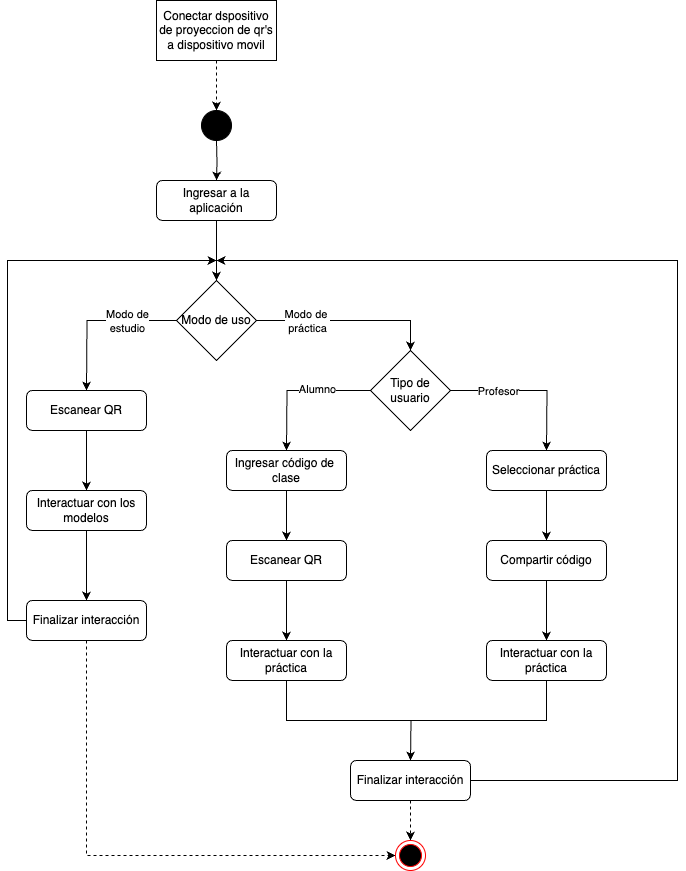
EmmanuelME25/Trabajo-Terminal keeps this draw.io diagram as Trabajo-Terminal/Recursos/Diagramas diseño/Diagrama de actividad.drawio.png. Above is the earlier version. Source tidied: cells renumbered, new cells last; positions are measured from the earlier drawing's top-left corner, leaving out a move shared by most shapes.
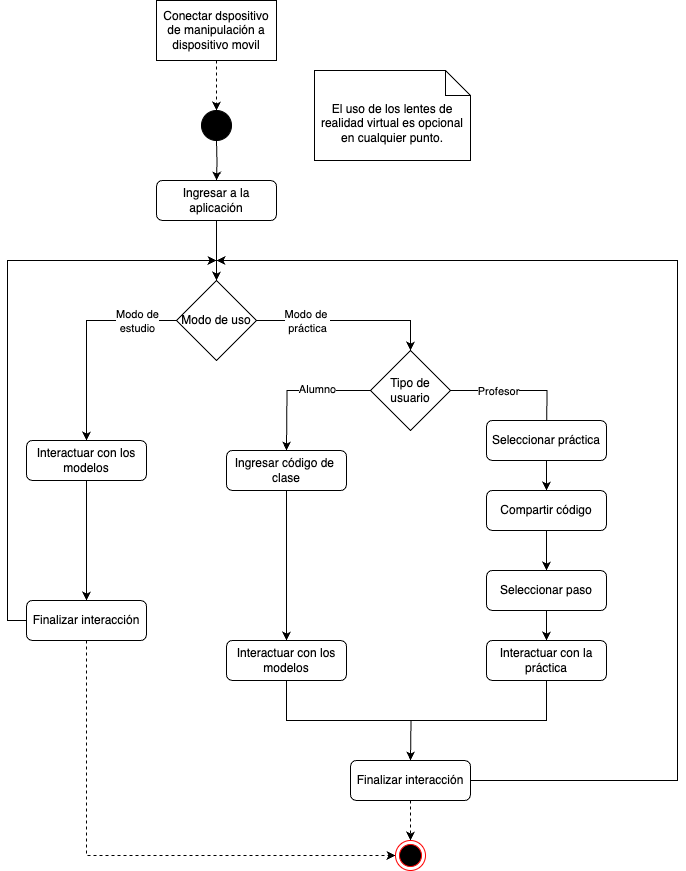
After the change.

Change to the diagram source:
```diff
@@ -8,14 +8,12 @@
     <mxCell id="3" value="Ingresar a la aplicación" style="rounded=1;whiteSpace=wrap;html=1;fontSize=12;glass=0;strokeWidth=1;shadow=0;" parent="1" vertex="1">
       <mxGeometry x="149" y="180" width="120" height="40" as="geometry" />
     </mxCell>
-    <mxCell id="4" style="edgeStyle=orthogonalEdgeStyle;rounded=0;jettySize=auto;html=1;entryX=0.5;entryY=0;entryDx=0;entryDy=0;" parent="1" edge="1" source="8">
-      <mxGeometry relative="1" as="geometry">
-        <mxPoint x="79" y="390" as="targetPoint" />
-      </mxGeometry>
+    <mxCell id="4" style="edgeStyle=orthogonalEdgeStyle;rounded=0;jettySize=auto;html=1;entryX=0.5;entryY=0;entryDx=0;entryDy=0;" parent="1" edge="1" source="8" target="28">
+      <mxGeometry relative="1" as="geometry" />
     </mxCell>
     <mxCell id="5" value="Modo de&lt;br&gt;estudio" style="edgeLabel;html=1;align=center;verticalAlign=middle;" parent="4" vertex="1">
       <mxGeometry x="-0.11" y="1" relative="1" as="geometry">
-        <mxPoint x="21" y="-1" as="offset" />
+        <mxPoint x="49" y="-4" as="offset" />
       </mxGeometry>
     </mxCell>
     <mxCell id="6" style="edgeStyle=orthogonalEdgeStyle;rounded=0;jettySize=auto;html=1;exitX=1;exitY=0.5;exitDx=0;exitDy=0;entryX=0.5;entryY=0;entryDx=0;entryDy=0;" parent="1" edge="1" source="8" target="12">
@@ -43,16 +41,6 @@
     <mxCell id="12" value="Tipo de usuario" style="rhombus;whiteSpace=wrap;html=1;" parent="1" vertex="1">
       <mxGeometry x="363" y="350" width="80" height="80" as="geometry" />
     </mxCell>
-    <mxCell id="13" style="edgeStyle=orthogonalEdgeStyle;rounded=0;jettySize=auto;html=1;exitX=0.5;exitY=1;exitDx=0;exitDy=0;entryX=0.5;entryY=0;entryDx=0;entryDy=0;" parent="1" edge="1" source="32">
-      <mxGeometry relative="1" as="geometry">
-        <mxPoint x="279" y="640" as="targetPoint" />
-      </mxGeometry>
-    </mxCell>
-    <mxCell id="14" style="edgeStyle=orthogonalEdgeStyle;rounded=0;jettySize=auto;html=1;entryX=0.5;entryY=0;entryDx=0;entryDy=0;exitX=0.5;exitY=1;exitDx=0;exitDy=0;" parent="1" edge="1" source="34">
-      <mxGeometry relative="1" as="geometry">
-        <mxPoint x="539" y="540" as="targetPoint" />
-      </mxGeometry>
-    </mxCell>
     <mxCell id="15" style="edgeStyle=orthogonalEdgeStyle;rounded=0;jettySize=auto;html=1;exitX=1;exitY=0.5;exitDx=0;exitDy=0;entryX=0.5;entryY=0;entryDx=0;entryDy=0;" parent="1" edge="1" source="12">
       <mxGeometry relative="1" as="geometry">
         <mxPoint x="539" y="450" as="targetPoint" />
@@ -61,13 +49,8 @@
     <mxCell id="16" value="Profesor" style="edgeLabel;html=1;align=center;verticalAlign=middle;" parent="15" vertex="1">
       <mxGeometry x="-0.4" relative="1" as="geometry" />
     </mxCell>
-    <mxCell id="17" style="edgeStyle=orthogonalEdgeStyle;rounded=0;jettySize=auto;html=1;exitX=0.5;exitY=1;exitDx=0;exitDy=0;entryX=0.5;entryY=0;entryDx=0;entryDy=0;" parent="1" edge="1" source="27">
-      <mxGeometry relative="1" as="geometry" />
-    </mxCell>
-    <mxCell id="18" style="edgeStyle=orthogonalEdgeStyle;rounded=0;jettySize=auto;html=1;exitX=0.5;exitY=1;exitDx=0;exitDy=0;entryX=0.5;entryY=0;entryDx=0;entryDy=0;" parent="1" edge="1" source="31">
-      <mxGeometry relative="1" as="geometry">
-        <mxPoint x="279" y="540" as="targetPoint" />
-      </mxGeometry>
+    <mxCell id="18" style="edgeStyle=orthogonalEdgeStyle;rounded=0;jettySize=auto;html=1;exitX=0.5;exitY=1;exitDx=0;exitDy=0;entryX=0.5;entryY=0;entryDx=0;entryDy=0;" parent="1" edge="1" source="31" target="33">
+      <mxGeometry relative="1" as="geometry" />
     </mxCell>
     <mxCell id="19" style="edgeStyle=orthogonalEdgeStyle;rounded=0;jettySize=auto;html=1;entryX=0.5;entryY=0;entryDx=0;entryDy=0;exitX=0.5;exitY=1;exitDx=0;exitDy=0;" parent="1" edge="1" source="33">
       <mxGeometry relative="1" as="geometry">
@@ -84,14 +67,9 @@
         <mxPoint x="209" y="110" as="targetPoint" />
       </mxGeometry>
     </mxCell>
-    <mxCell id="22" value="Conectar dspositivo de proyeccion de qr's a dispositivo movil" style="rounded=0;whiteSpace=wrap;html=1;" parent="1" vertex="1">
+    <mxCell id="22" value="Conectar dspositivo de manipulación a dispositivo movil" style="rounded=0;whiteSpace=wrap;html=1;" parent="1" vertex="1">
       <mxGeometry x="149" width="120" height="60" as="geometry" />
     </mxCell>
-    <mxCell id="23" style="edgeStyle=orthogonalEdgeStyle;rounded=0;jettySize=auto;html=1;entryX=0.5;entryY=0;entryDx=0;entryDy=0;exitX=0.5;exitY=1;exitDx=0;exitDy=0;" parent="1" edge="1" source="35">
-      <mxGeometry relative="1" as="geometry">
-        <mxPoint x="539" y="640" as="targetPoint" />
-      </mxGeometry>
-    </mxCell>
     <mxCell id="24" style="edgeStyle=orthogonalEdgeStyle;rounded=0;jettySize=auto;html=1;exitX=1;exitY=0.5;exitDx=0;exitDy=0;" parent="1" edge="1" source="38">
       <mxGeometry relative="1" as="geometry">
         <mxPoint x="209" y="260" as="targetPoint" />
@@ -111,14 +89,8 @@
         </Array>
       </mxGeometry>
     </mxCell>
-    <mxCell id="26" style="edgeStyle=orthogonalEdgeStyle;rounded=0;jettySize=auto;html=1;entryX=0.5;entryY=0;entryDx=0;entryDy=0;" parent="1" edge="1" source="27" target="28">
-      <mxGeometry relative="1" as="geometry" />
-    </mxCell>
-    <mxCell id="27" value="Escanear QR" style="rounded=1;whiteSpace=wrap;html=1;fontSize=12;glass=0;strokeWidth=1;shadow=0;" parent="1" vertex="1">
-      <mxGeometry x="19" y="390" width="120" height="40" as="geometry" />
-    </mxCell>
     <mxCell id="28" value="Interactuar con los modelos" style="rounded=1;whiteSpace=wrap;html=1;fontSize=12;glass=0;strokeWidth=1;shadow=0;" parent="1" vertex="1">
-      <mxGeometry x="19" y="490" width="120" height="40" as="geometry" />
+      <mxGeometry x="19" y="440" width="120" height="40" as="geometry" />
     </mxCell>
     <mxCell id="29" style="edgeStyle=orthogonalEdgeStyle;rounded=0;jettySize=auto;html=1;entryX=0;entryY=0.5;entryDx=0;entryDy=0;dashed=1;" parent="1" edge="1" source="30" target="39">
       <mxGeometry relative="1" as="geometry">
@@ -133,18 +105,12 @@
     <mxCell id="31" value="Ingresar código de&amp;nbsp;&lt;br&gt;clase" style="rounded=1;whiteSpace=wrap;html=1;fontSize=12;glass=0;strokeWidth=1;shadow=0;" parent="1" vertex="1">
       <mxGeometry x="219" y="450" width="120" height="40" as="geometry" />
     </mxCell>
-    <mxCell id="32" value="Escanear QR" style="rounded=1;whiteSpace=wrap;html=1;fontSize=12;glass=0;strokeWidth=1;shadow=0;" parent="1" vertex="1">
-      <mxGeometry x="219" y="540" width="120" height="40" as="geometry" />
-    </mxCell>
-    <mxCell id="33" value="Interactuar con la práctica" style="rounded=1;whiteSpace=wrap;html=1;fontSize=12;glass=0;strokeWidth=1;shadow=0;" parent="1" vertex="1">
+    <mxCell id="33" value="Interactuar con los modelos" style="rounded=1;whiteSpace=wrap;html=1;fontSize=12;glass=0;strokeWidth=1;shadow=0;" parent="1" vertex="1">
       <mxGeometry x="219" y="640" width="120" height="40" as="geometry" />
     </mxCell>
     <mxCell id="34" value="Seleccionar práctica" style="rounded=1;whiteSpace=wrap;html=1;fontSize=12;glass=0;strokeWidth=1;shadow=0;" parent="1" vertex="1">
-      <mxGeometry x="479" y="450" width="120" height="40" as="geometry" />
+      <mxGeometry x="479" y="420" width="120" height="40" as="geometry" />
     </mxCell>
-    <mxCell id="35" value="Compartir código" style="rounded=1;whiteSpace=wrap;html=1;fontSize=12;glass=0;strokeWidth=1;shadow=0;" parent="1" vertex="1">
-      <mxGeometry x="479" y="540" width="120" height="40" as="geometry" />
-    </mxCell>
     <mxCell id="36" value="Interactuar con la práctica" style="rounded=1;whiteSpace=wrap;html=1;fontSize=12;glass=0;strokeWidth=1;shadow=0;" parent="1" vertex="1">
       <mxGeometry x="479" y="640" width="120" height="40" as="geometry" />
     </mxCell>
@@ -165,5 +131,23 @@
     <mxCell id="41" style="ellipse;fillColor=strokeColor;html=1;" parent="1" vertex="1">
       <mxGeometry x="194" y="110" width="30" height="30" as="geometry" />
     </mxCell>
+    <mxCell id="42" style="edgeStyle=orthogonalEdgeStyle;rounded=0;jettySize=auto;html=1;entryX=0.5;entryY=0;entryDx=0;entryDy=0;exitX=0.5;exitY=1;exitDx=0;exitDy=0;" parent="1" edge="1" source="34" target="35">
+      <mxGeometry relative="1" as="geometry" />
+    </mxCell>
+    <mxCell id="43" style="edgeStyle=orthogonalEdgeStyle;rounded=0;jettySize=auto;html=1;entryX=0.5;entryY=0;entryDx=0;entryDy=0;" parent="1" edge="1" source="35" target="45">
+      <mxGeometry relative="1" as="geometry" />
+    </mxCell>
+    <mxCell id="35" value="Compartir código" style="rounded=1;whiteSpace=wrap;html=1;fontSize=12;glass=0;strokeWidth=1;shadow=0;" parent="1" vertex="1">
+      <mxGeometry x="479" y="490" width="120" height="40" as="geometry" />
+    </mxCell>
+    <mxCell id="44" style="edgeStyle=orthogonalEdgeStyle;rounded=0;jettySize=auto;html=1;entryX=0.5;entryY=0;entryDx=0;entryDy=0;" parent="1" edge="1" source="45" target="36">
+      <mxGeometry relative="1" as="geometry" />
+    </mxCell>
+    <mxCell id="45" value="Seleccionar paso" style="rounded=1;whiteSpace=wrap;html=1;fontSize=12;glass=0;strokeWidth=1;shadow=0;" parent="1" vertex="1">
+      <mxGeometry x="479" y="570" width="120" height="40" as="geometry" />
+    </mxCell>
+    <mxCell id="46" value="El uso de los lentes de realidad virtual es opcional en cualquier punto." style="shape=note2;boundedLbl=1;whiteSpace=wrap;html=1;size=25;verticalAlign=top;align=center;" parent="1" vertex="1">
+      <mxGeometry x="307" y="70" width="156" height="90" as="geometry" />
+    </mxCell>
   </root>
 </mxGraphModel>
```
